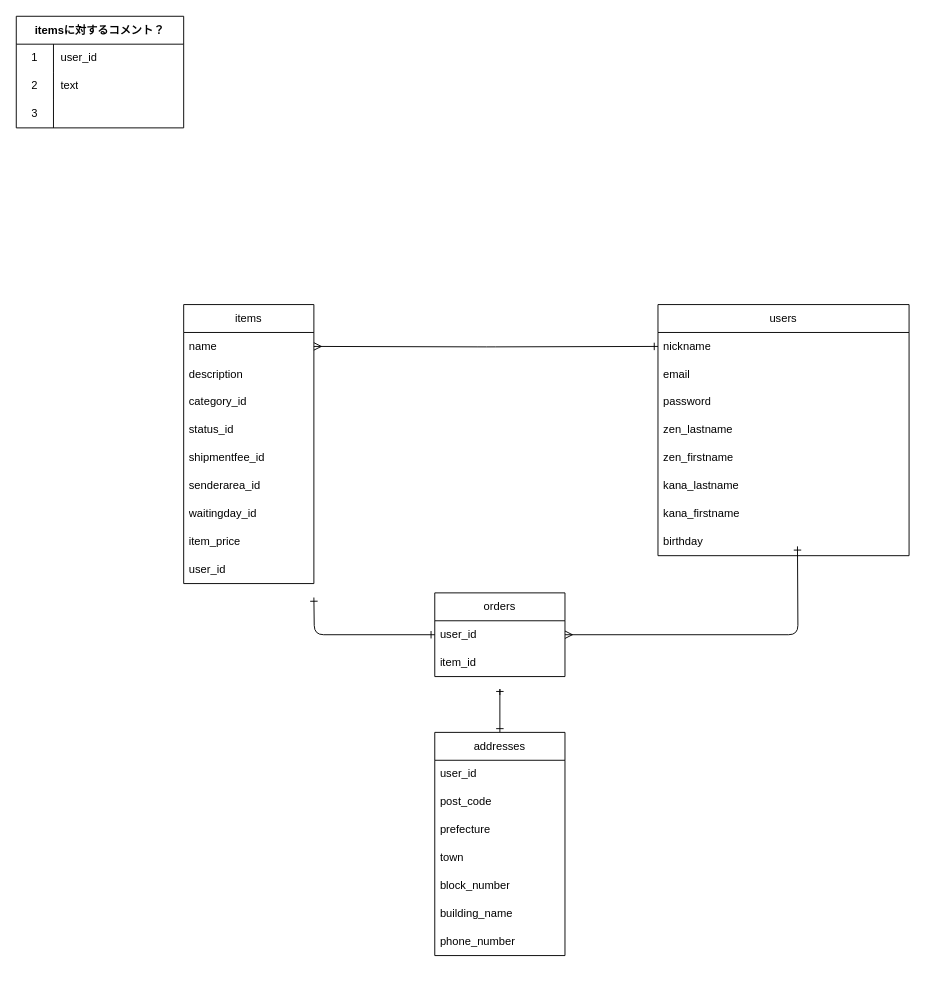
Before: table.dio in natsumi1651/furima-39606, a draw.io diagram. Source tidied: cells renumbered, new cells numbered last; positions are measured from the earlier drawing's top-left corner, leaving out a move shared by most shapes. Both pictures are drawn from the tidied source at 93%, with x=0, y=0 at pixel (16, 16).
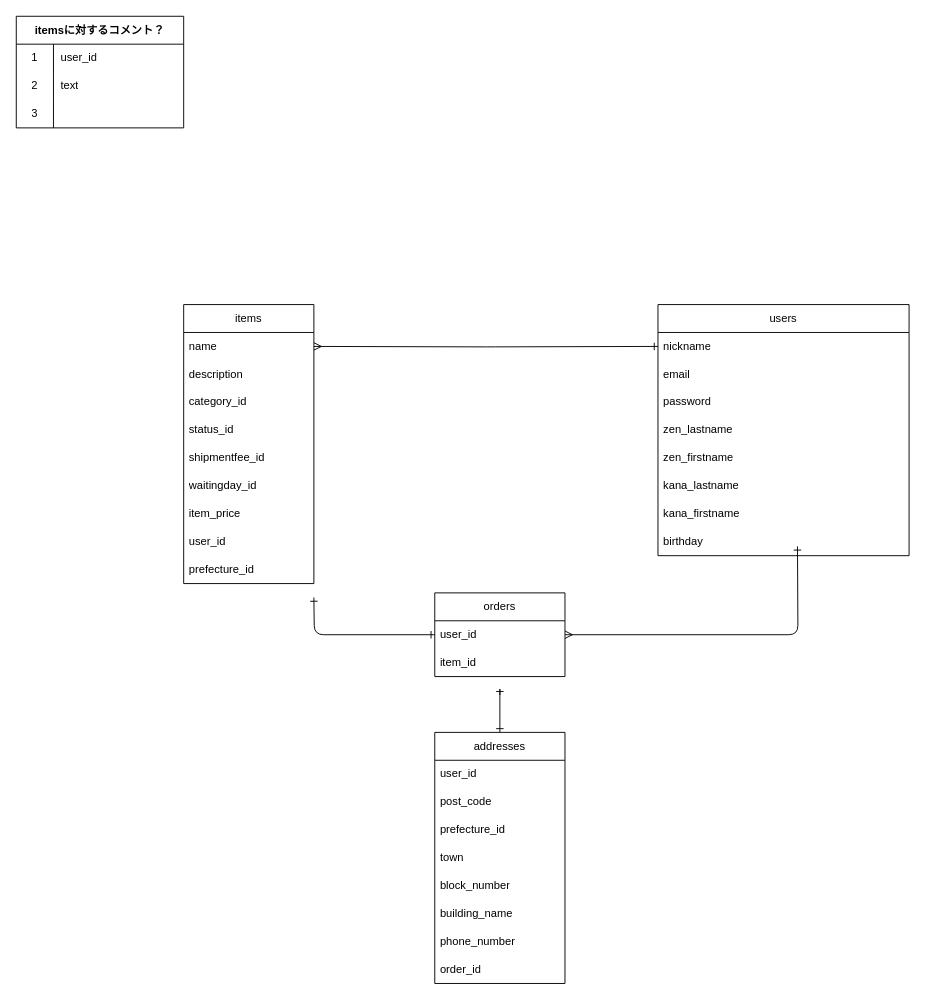
Above is the later version.

Commit message (it also covers changes not shown here):
ER図修正ずみ

The change refers to these unchanged cells:
```xml
<mxCell id="2" value="items" style="swimlane;fontStyle=0;horizontal=1;startSize=30;whiteSpace=wrap;html=1;" parent="1" vertex="1">
  <mxGeometry x="180" y="310" width="140" height="300" as="geometry" />
</mxCell>
```

Diff of the diagram source:
```diff
@@
-    <mxCell id="8" value="senderarea_id" style="text;strokeColor=none;fillColor=none;align=left;verticalAlign=middle;spacingLeft=4;spacingRight=4;overflow=hidden;whiteSpace=wrap;html=1;" parent="2" vertex="1">
-      <mxGeometry y="180" width="140" height="30" as="geometry" />
-    </mxCell>
     <mxCell id="9" value="waitingday_id" style="text;strokeColor=none;fillColor=none;align=left;verticalAlign=middle;spacingLeft=4;spacingRight=4;overflow=hidden;whiteSpace=wrap;html=1;" parent="2" vertex="1">
-      <mxGeometry y="210" width="140" height="30" as="geometry" />
+      <mxGeometry y="180" width="140" height="30" as="geometry" />
     </mxCell>
     <mxCell id="10" value="item_price" style="text;strokeColor=none;fillColor=none;align=left;verticalAlign=middle;spacingLeft=4;spacingRight=4;overflow=hidden;whiteSpace=wrap;html=1;" parent="2" vertex="1">
-      <mxGeometry y="240" width="140" height="30" as="geometry" />
+      <mxGeometry y="210" width="140" height="30" as="geometry" />
     </mxCell>
     <mxCell id="11" value="user_id" style="text;strokeColor=none;fillColor=none;align=left;verticalAlign=middle;spacingLeft=4;spacingRight=4;overflow=hidden;whiteSpace=wrap;html=1;" parent="2" vertex="1">
-      <mxGeometry y="270" width="140" height="30" as="geometry" />
+      <mxGeometry y="240" width="140" height="30" as="geometry" />
     </mxCell>
+    <mxCell id="46" value="prefecture_id" style="text;strokeColor=none;fillColor=none;align=left;verticalAlign=middle;spacingLeft=4;spacingRight=4;overflow=hidden;whiteSpace=wrap;html=1;" parent="2" vertex="1">
+      <mxGeometry y="270" width="140" height="30" as="geometry" />
+    </mxCell>
@@
     <mxCell id="25" value="addresses" style="swimlane;fontStyle=0;horizontal=1;startSize=30;whiteSpace=wrap;html=1;" parent="1" vertex="1">
-      <mxGeometry x="450" y="770" width="140" height="240" as="geometry" />
+      <mxGeometry x="450" y="770" width="140" height="270" as="geometry" />
     </mxCell>
@@
-    <mxCell id="28" value="prefecture" style="text;strokeColor=none;fillColor=none;align=left;verticalAlign=middle;spacingLeft=4;spacingRight=4;overflow=hidden;whiteSpace=wrap;html=1;" parent="25" vertex="1">
+    <mxCell id="28" value="prefecture_id" style="text;strokeColor=none;fillColor=none;align=left;verticalAlign=middle;spacingLeft=4;spacingRight=4;overflow=hidden;whiteSpace=wrap;html=1;" parent="25" vertex="1">
       <mxGeometry y="90" width="140" height="30" as="geometry" />
     </mxCell>
@@
+    <mxCell id="47" value="order_id" style="text;strokeColor=none;fillColor=none;align=left;verticalAlign=middle;spacingLeft=4;spacingRight=4;overflow=hidden;whiteSpace=wrap;html=1;" parent="25" vertex="1">
+      <mxGeometry y="240" width="140" height="30" as="geometry" />
+    </mxCell>
```
